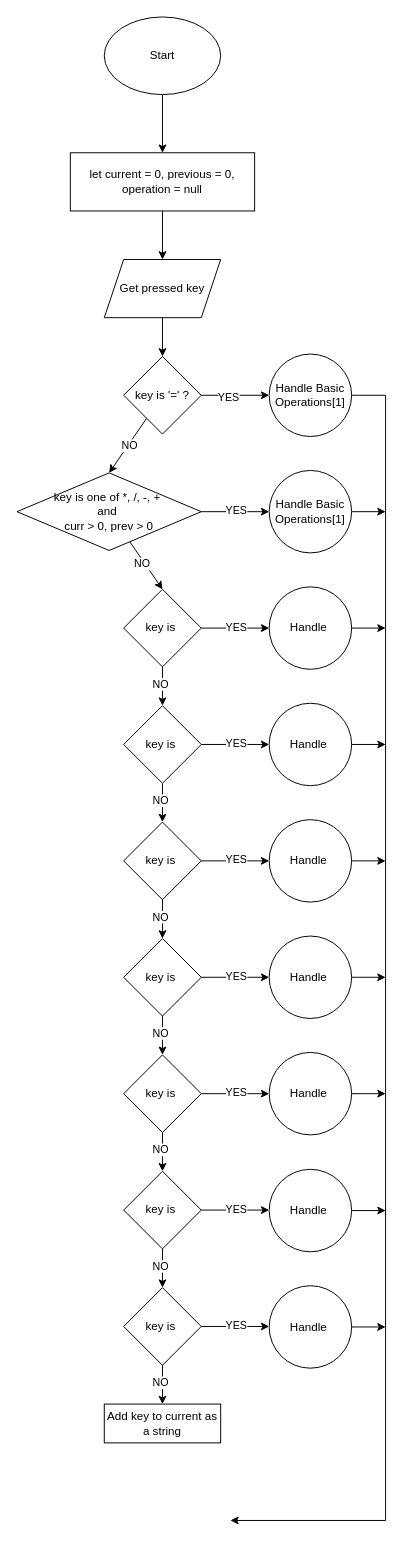
The draw.io diagram page "Calculator" (1 of 9) of Calculator/chart.drawio in 2042074-Brunel-University-London/NC1600_CB, before the edit. Source tidied: cells renumbered, new cells numbered last; positions are measured from the earlier drawing's top-left corner, leaving out a move shared by most shapes. Both pictures are drawn from the tidied source at 97%, with x=0, y=0 at pixel (16, 16).
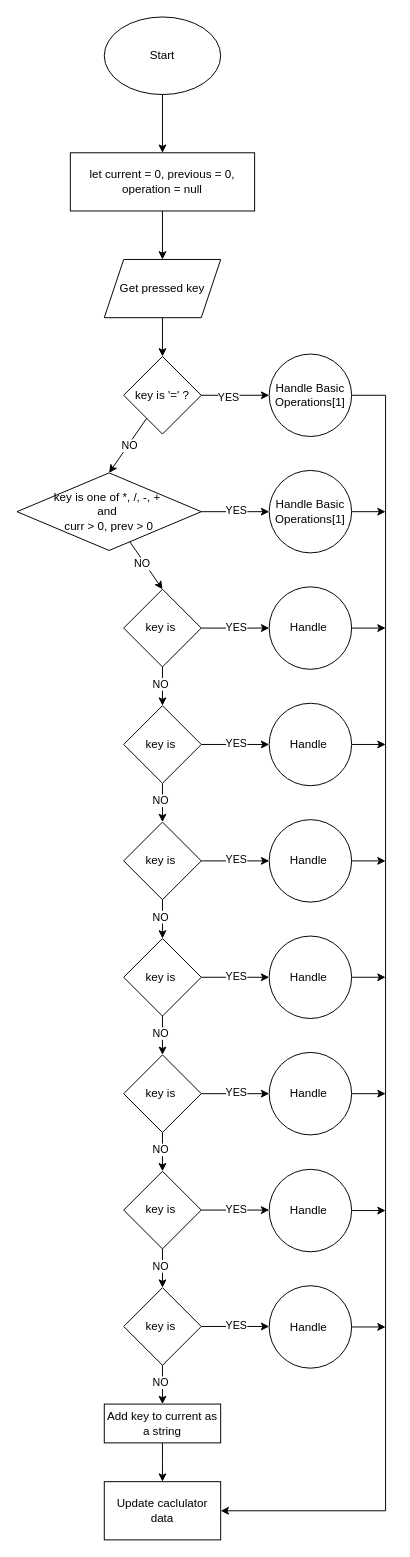
After the change.

The change refers to these unchanged cells:
```xml
<mxCell id="14" value="Handle Basic Operations[1]" style="ellipse;whiteSpace=wrap;html=1;" parent="1" vertex="1">
  <mxGeometry x="260" y="347.5" width="85" height="85" as="geometry" />
</mxCell>
<mxCell id="57" value="Add key to current as a string" style="rounded=0;whiteSpace=wrap;html=1;" parent="1" vertex="1">
  <mxGeometry x="90" y="1430" width="120" height="40" as="geometry" />
</mxCell>
```

Diff of the diagram source:
```diff
@@
-    <mxCell id="13" style="edgeStyle=none;rounded=0;jettySize=auto;html=1;" parent="1" edge="1" source="14">
+    <mxCell id="13" style="edgeStyle=none;rounded=0;jettySize=auto;html=1;strokeColor=default;labelBackgroundColor=default;fontColor=default;entryX=1;entryY=0.5;entryDx=0;entryDy=0;" parent="1" edge="1" source="14" target="73">
       <mxGeometry relative="1" as="geometry">
-        <mxPoint x="220" y="1550" as="targetPoint" />
         <Array as="points">
           <mxPoint x="380" y="390" />
-          <mxPoint x="380" y="1550" />
+          <mxPoint x="380" y="1540" />
         </Array>
       </mxGeometry>
     </mxCell>
@@
+    <mxCell id="72" style="edgeStyle=orthogonalEdgeStyle;rounded=0;jettySize=auto;html=1;strokeColor=default;labelBackgroundColor=default;fontColor=default;" parent="1" edge="1" source="57">
+      <mxGeometry relative="1" as="geometry">
+        <mxPoint x="150" y="1510" as="targetPoint" />
+      </mxGeometry>
+    </mxCell>
@@
+    <mxCell id="73" value="Update caclulator data" style="rounded=0;whiteSpace=wrap;html=1;" parent="1" vertex="1">
+      <mxGeometry x="90" y="1510" width="120" height="60" as="geometry" />
+    </mxCell>
```
